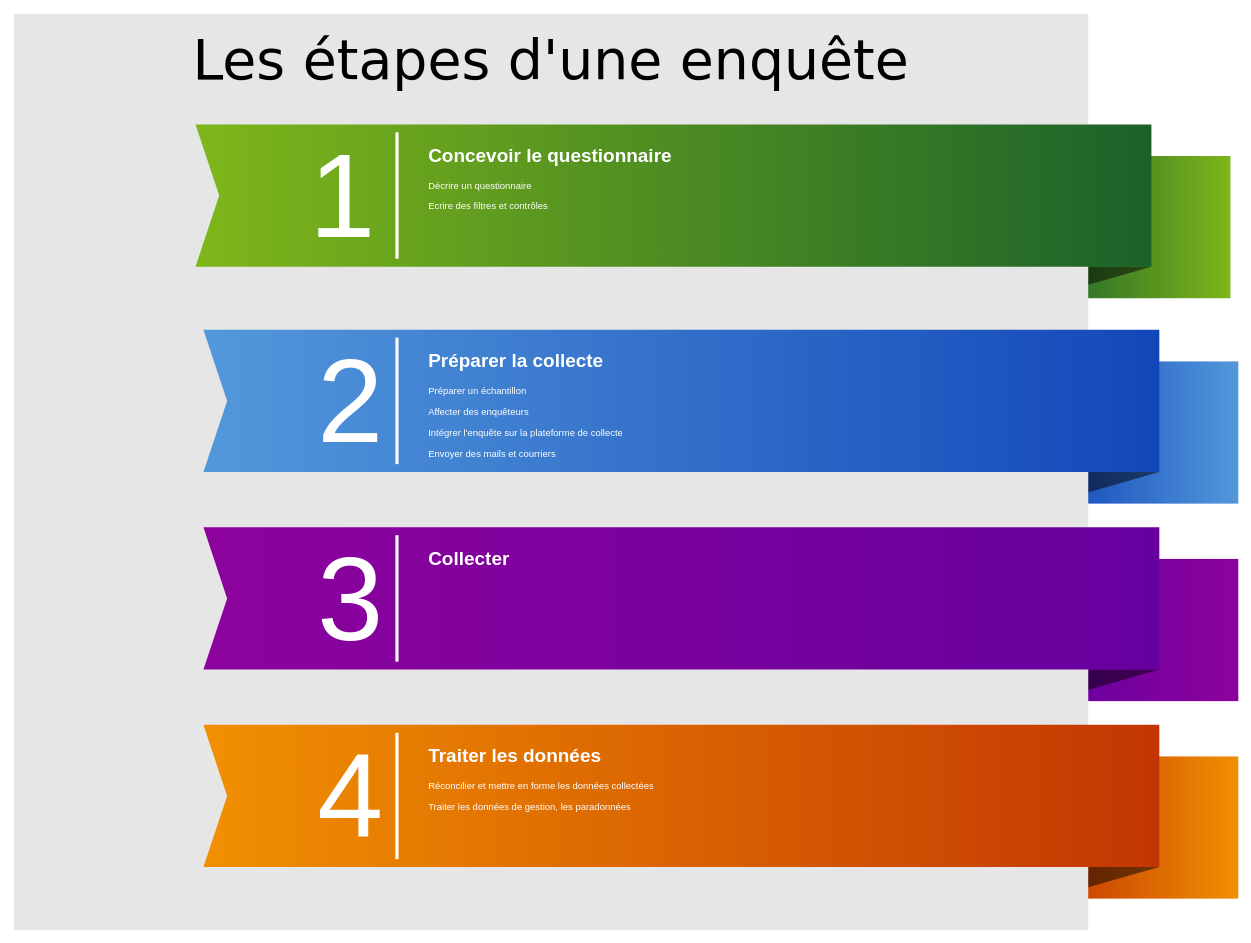
Before: Untitled Diagram.drawio in jfeudeline/diagrams, a draw.io diagram. Source tidied: cells renumbered, new cells numbered last; positions are measured from the earlier drawing's top-left corner, leaving out a move shared by most shapes. Both pictures are drawn from the tidied source at 79%, with x=0, y=0 at pixel (13, 13).
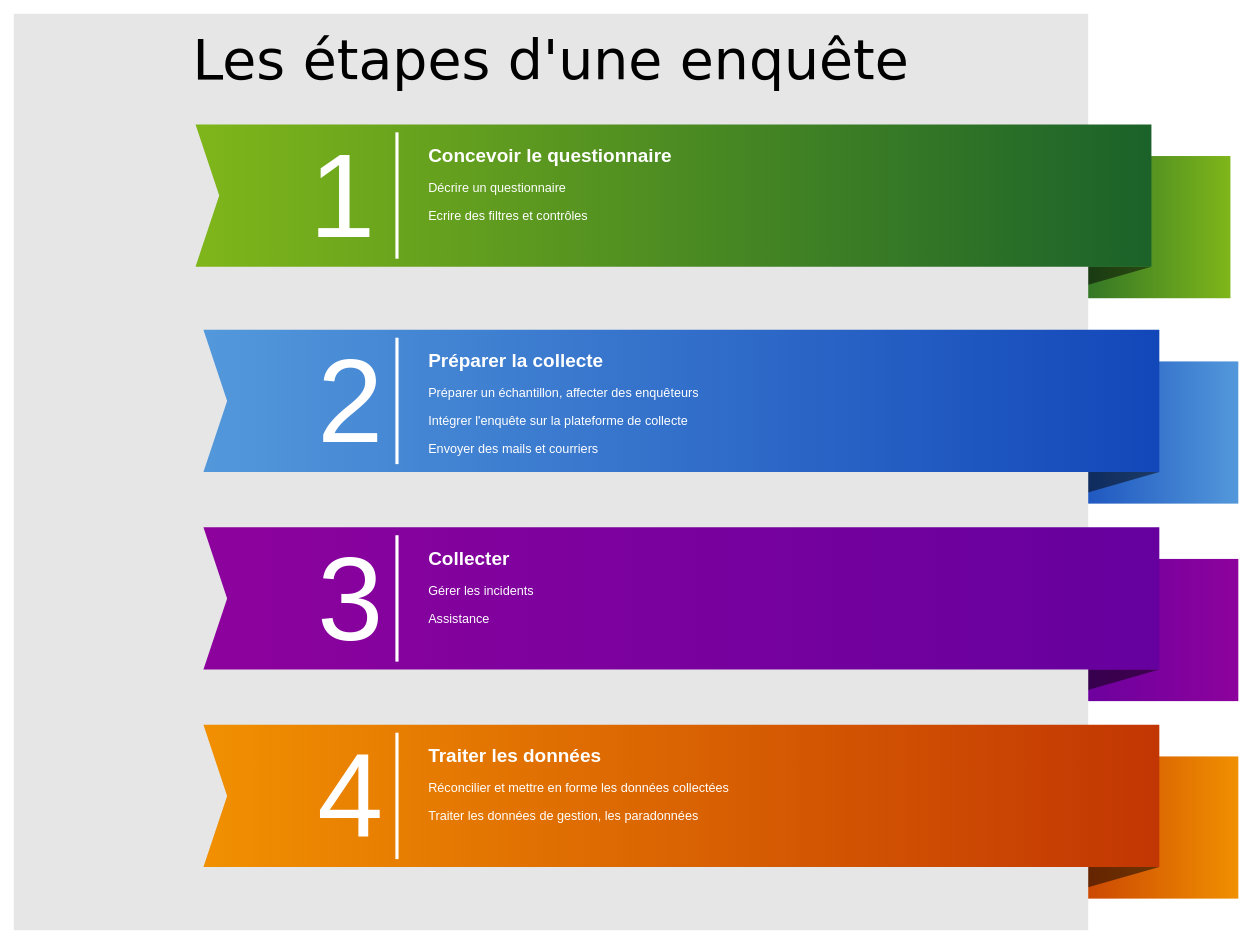
Above is the later version.

Diff of the diagram source:
```diff
@@
-    <mxCell id="23" value="&lt;h1&gt;Concevoir le questionnaire&lt;br&gt;&lt;/h1&gt;&lt;p&gt;Décrire un questionnaire&lt;/p&gt;&lt;p&gt;Ecrire des filtres et contrôles&lt;br&gt;&lt;/p&gt;" style="text;html=1;strokeColor=none;fillColor=none;spacing=5;spacingTop=-20;whiteSpace=wrap;overflow=hidden;rounded=0;shadow=0;dashed=0;fontFamily=Helvetica;fontSize=12;fontColor=#FFFFFF;align=left;" parent="1" vertex="1">
+    <mxCell id="23" value="&lt;h1&gt;Concevoir le questionnaire&lt;br&gt;&lt;/h1&gt;&lt;p style=&quot;font-size: 16px&quot;&gt;&lt;font style=&quot;font-size: 16px&quot;&gt;Décrire un questionnaire&lt;/font&gt;&lt;/p&gt;&lt;p style=&quot;font-size: 16px&quot;&gt;&lt;font style=&quot;font-size: 16px&quot;&gt;Ecrire des filtres et contrôles&lt;/font&gt;&lt;br&gt;&lt;/p&gt;" style="text;html=1;strokeColor=none;fillColor=none;spacing=5;spacingTop=-20;whiteSpace=wrap;overflow=hidden;rounded=0;shadow=0;dashed=0;fontFamily=Helvetica;fontSize=12;fontColor=#FFFFFF;align=left;" parent="1" vertex="1">
       <mxGeometry x="520" y="160" width="670" height="140" as="geometry" />
     </mxCell>
-    <mxCell id="24" value="&lt;p style=&quot;line-height: 1.2&quot;&gt;&lt;/p&gt;&lt;h1&gt;Préparer la collecte&lt;br&gt;&lt;/h1&gt;&lt;p&gt;Préparer un échantillon&lt;/p&gt;&lt;p&gt;Affecter des enquêteurs&lt;/p&gt;&lt;p&gt;Intégrer l'enquête sur la plateforme de collecte&lt;/p&gt;&lt;p&gt;Envoyer des mails et courriers&lt;br&gt;&lt;/p&gt;&lt;p&gt;&lt;/p&gt;" style="text;html=1;strokeColor=none;fillColor=none;spacing=5;spacingTop=-20;whiteSpace=wrap;overflow=hidden;rounded=0;shadow=0;dashed=0;fontFamily=Helvetica;fontSize=12;fontColor=#FFFFFF;align=left;" parent="1" vertex="1">
+    <mxCell id="24" value="&lt;p style=&quot;line-height: 1.2&quot;&gt;&lt;/p&gt;&lt;h1&gt;Préparer la collecte&lt;br&gt;&lt;/h1&gt;&lt;p style=&quot;font-size: 16px&quot;&gt;&lt;font style=&quot;font-size: 16px&quot;&gt;Préparer un échantillon, affecter des enquêteurs&lt;/font&gt;&lt;/p&gt;&lt;p style=&quot;font-size: 16px&quot;&gt;&lt;font style=&quot;font-size: 16px&quot;&gt;Intégrer l'enquête sur la plateforme de collecte&lt;/font&gt;&lt;/p&gt;&lt;p style=&quot;font-size: 16px&quot;&gt;&lt;font style=&quot;font-size: 16px&quot;&gt;Envoyer des mails et courriers&lt;/font&gt;&lt;br&gt;&lt;/p&gt;&lt;p&gt;&lt;/p&gt;" style="text;html=1;strokeColor=none;fillColor=none;spacing=5;spacingTop=-20;whiteSpace=wrap;overflow=hidden;rounded=0;shadow=0;dashed=0;fontFamily=Helvetica;fontSize=12;fontColor=#FFFFFF;align=left;" parent="1" vertex="1">
       <mxGeometry x="520" y="420" width="670" height="150" as="geometry" />
     </mxCell>
-    <mxCell id="25" value="&lt;h1&gt;Collecter&lt;/h1&gt;&lt;p&gt;&lt;br&gt;&lt;/p&gt;" style="text;html=1;strokeColor=none;fillColor=none;spacing=5;spacingTop=-20;whiteSpace=wrap;overflow=hidden;rounded=0;shadow=0;dashed=0;fontFamily=Helvetica;fontSize=12;fontColor=#FFFFFF;align=left;" parent="1" vertex="1">
+    <mxCell id="25" value="&lt;h1&gt;Collecter&lt;/h1&gt;&lt;p style=&quot;font-size: 16px&quot;&gt;Gérer les incidents&lt;/p&gt;&lt;p style=&quot;font-size: 16px&quot;&gt;Assistance&lt;br&gt;&lt;/p&gt;" style="text;html=1;strokeColor=none;fillColor=none;spacing=5;spacingTop=-20;whiteSpace=wrap;overflow=hidden;rounded=0;shadow=0;dashed=0;fontFamily=Helvetica;fontSize=12;fontColor=#FFFFFF;align=left;" parent="1" vertex="1">
       <mxGeometry x="520" y="670" width="670" height="140" as="geometry" />
     </mxCell>
-    <mxCell id="26" value="&lt;h1&gt;Traiter les données&lt;br&gt;&lt;/h1&gt;&lt;p&gt;Réconcilier et mettre en forme les données collectées&lt;br&gt;&lt;/p&gt;&lt;p&gt;Traiter les données de gestion, les paradonnées&lt;br&gt;&lt;/p&gt;" style="text;html=1;strokeColor=none;fillColor=none;spacing=5;spacingTop=-20;whiteSpace=wrap;overflow=hidden;rounded=0;shadow=0;dashed=0;fontFamily=Helvetica;fontSize=12;fontColor=#FFFFFF;align=left;" parent="1" vertex="1">
+    <mxCell id="26" value="&lt;h1&gt;Traiter les données&lt;br&gt;&lt;/h1&gt;&lt;p style=&quot;font-size: 16px&quot;&gt;&lt;font style=&quot;font-size: 16px&quot;&gt;Réconcilier et mettre en forme les données collectées&lt;br&gt;&lt;/font&gt;&lt;/p&gt;&lt;p style=&quot;font-size: 16px&quot;&gt;&lt;font style=&quot;font-size: 16px&quot;&gt;Traiter les données de gestion, les paradonnées&lt;/font&gt;&lt;br&gt;&lt;/p&gt;" style="text;html=1;strokeColor=none;fillColor=none;spacing=5;spacingTop=-20;whiteSpace=wrap;overflow=hidden;rounded=0;shadow=0;dashed=0;fontFamily=Helvetica;fontSize=12;fontColor=#FFFFFF;align=left;" parent="1" vertex="1">
       <mxGeometry x="520" y="920" width="670" height="140" as="geometry" />
     </mxCell>
```
